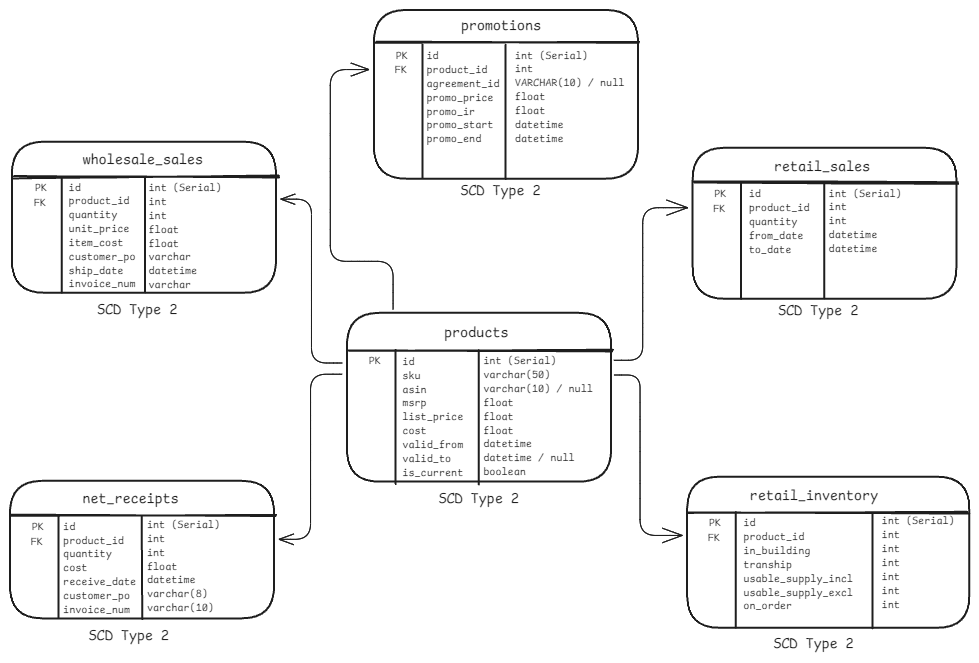
Before: docs/architecture/database_schema.excalidraw.png, a diagram exported from Excalidraw (b1wang/sheets-to-pipelines). Source tidied: one line per element, renumbered; positions are measured from the earlier drawing's top-left corner, leaving out a move shared by most shapes.
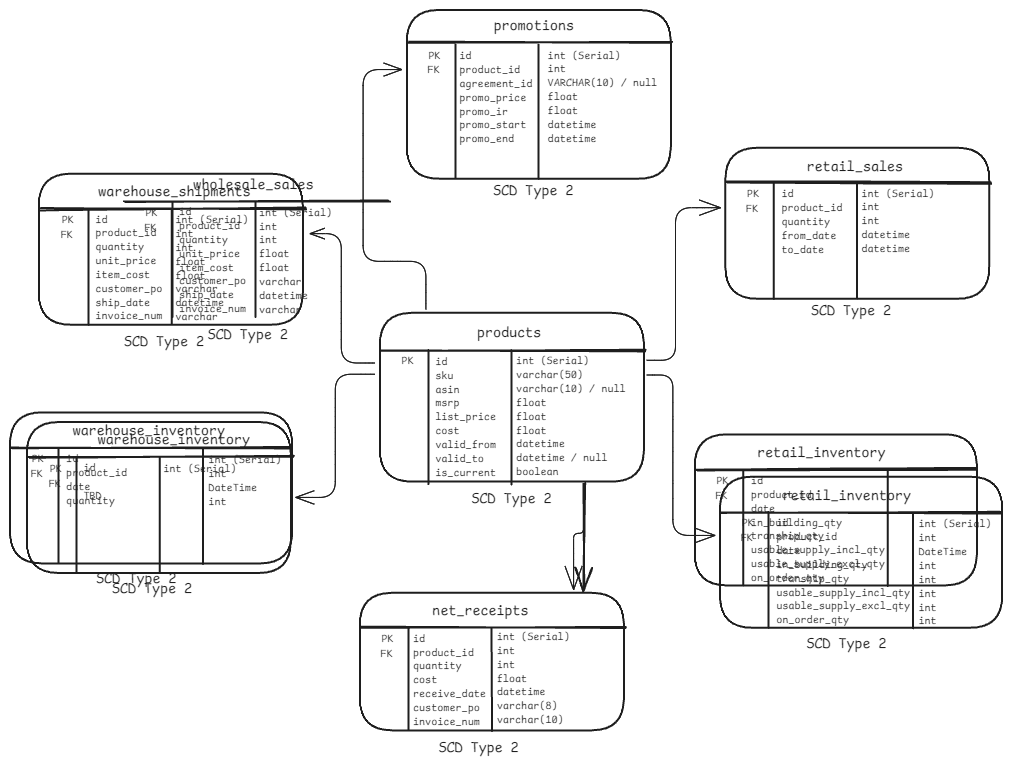
After the change.

What changed in the source:
```diff
@@ -6,15 +6,15 @@
 {"id": 5, "type": "line", "strokeColor": "#1e1e1e", "strokeWidth": 2, "roughness": 1, "round": true, "x": 338, "y": 340, "width": 264, "height": 0, "points": [[0, 0], [264, 0]]}
 {"id": 6, "type": "line", "strokeColor": "#1e1e1e", "strokeWidth": 2, "roughness": 0, "round": true, "x": 386, "y": 340, "width": 0, "height": 134, "points": [[0, 0], [0, 134]]}
 {"id": 7, "type": "line", "strokeColor": "#1e1e1e", "strokeWidth": 2, "roughness": 0, "round": true, "x": 469, "y": 340, "width": 0, "height": 134, "points": [[0, 0], [0, 134]]}
-{"id": 8, "type": "text", "text": "wholesale_sales", "strokeColor": "#1e1e1e", "strokeWidth": 2, "roughness": 1, "fontSize": 14.58, "fontFamily": 8, "x": 73, "y": 141, "width": 120, "height": 18}
+{"id": 8, "type": "text", "text": "warehouse_shipments", "strokeColor": "#1e1e1e", "strokeWidth": 2, "roughness": 1, "fontSize": 14.58, "fontFamily": 8, "x": 55, "y": 173, "width": 152, "height": 18}
-{"id": 9, "type": "text", "text": "id\nproduct_id\nquantity\nunit_price\nitem_cost\ncustomer_po\nship_date\ninvoice_num", "strokeColor": "#1e1e1e", "strokeWidth": 2, "roughness": 0, "fontSize": 11.07, "fontFamily": 8, "x": 59, "y": 171, "width": 67, "height": 111}
+{"id": 9, "type": "text", "text": "id\nproduct_id\nquantity\nunit_price\nitem_cost\ncustomer_po\nship_date\ninvoice_num", "strokeColor": "#1e1e1e", "strokeWidth": 2, "roughness": 0, "fontSize": 11.07, "fontFamily": 8, "x": 53, "y": 203, "width": 67, "height": 111}
-{"id": 10, "type": "text", "text": "int (Serial)\nint\nint\nfloat\nfloat\nvarchar\ndatetime\nvarchar", "strokeColor": "#1e1e1e", "strokeWidth": 2, "roughness": 0, "fontSize": 11.07, "fontFamily": 8, "x": 138, "y": 172, "width": 73, "height": 111}
+{"id": 10, "type": "text", "text": "int (Serial)\nint\nint\nfloat\nfloat\nvarchar\ndatetime\nvarchar", "strokeColor": "#1e1e1e", "strokeWidth": 2, "roughness": 0, "fontSize": 11.07, "fontFamily": 8, "x": 132, "y": 204, "width": 73, "height": 111}
-{"id": 11, "type": "text", "text": "PK", "strokeColor": "#1e1e1e", "strokeWidth": 2, "roughness": 0, "fontSize": 11.07, "fontFamily": 8, "x": 25, "y": 172, "width": 12, "height": 14}
+{"id": 11, "type": "text", "text": "PK", "strokeColor": "#1e1e1e", "strokeWidth": 2, "roughness": 0, "fontSize": 11.07, "fontFamily": 8, "x": 19, "y": 204, "width": 12, "height": 14}
-{"id": 12, "type": "rectangle", "strokeColor": "#1e1e1e", "strokeWidth": 2, "roughness": 0, "round": true, "x": 2, "y": 132, "width": 264, "height": 151}
+{"id": 12, "type": "rectangle", "strokeColor": "#1e1e1e", "strokeWidth": 2, "roughness": 0, "round": true, "x": -4, "y": 164, "width": 264, "height": 151}
-{"id": 13, "type": "line", "strokeColor": "#1e1e1e", "strokeWidth": 2, "roughness": 1, "round": true, "x": 4, "y": 167, "width": 264, "height": 0, "points": [[0, 0], [264, 0]]}
+{"id": 13, "type": "line", "strokeColor": "#1e1e1e", "strokeWidth": 2, "roughness": 1, "round": true, "x": -2, "y": 199, "width": 264, "height": 0, "points": [[0, 0], [264, 0]]}
-{"id": 14, "type": "line", "strokeColor": "#1e1e1e", "strokeWidth": 2, "roughness": 0, "round": true, "x": 52, "y": 167, "width": 0, "height": 116, "points": [[0, 0], [0, 116]]}
+{"id": 14, "type": "line", "strokeColor": "#1e1e1e", "strokeWidth": 2, "roughness": 0, "round": true, "x": 46, "y": 199, "width": 0, "height": 116, "points": [[0, 0], [0, 116]]}
-{"id": 15, "type": "line", "strokeColor": "#1e1e1e", "strokeWidth": 2, "roughness": 0, "round": true, "x": 135, "y": 167, "width": 0, "height": 115, "points": [[0, 0], [0, 115]]}
+{"id": 15, "type": "line", "strokeColor": "#1e1e1e", "strokeWidth": 2, "roughness": 0, "round": true, "x": 129, "y": 199, "width": 0, "height": 115, "points": [[0, 0], [0, 115]]}
-{"id": 16, "type": "text", "text": "FK", "strokeColor": "#1e1e1e", "strokeWidth": 2, "roughness": 0, "fontSize": 11.07, "fontFamily": 8, "x": 24, "y": 187, "width": 12, "height": 14}
+{"id": 16, "type": "text", "text": "FK", "strokeColor": "#1e1e1e", "strokeWidth": 2, "roughness": 0, "fontSize": 11.07, "fontFamily": 8, "x": 18, "y": 219, "width": 12, "height": 14}
 {"id": 17, "type": "text", "text": "retail_sales", "strokeColor": "#1e1e1e", "strokeWidth": 2, "roughness": 1, "fontSize": 14.58, "fontFamily": 8, "x": 764, "y": 148, "width": 96, "height": 18}
 {"id": 18, "type": "text", "text": "id\nproduct_id\nquantity\nfrom_date\nto_date", "strokeColor": "#1e1e1e", "strokeWidth": 2, "roughness": 0, "fontSize": 11.07, "fontFamily": 8, "x": 739, "y": 178, "width": 61, "height": 69}
 {"id": 19, "type": "text", "text": "int (Serial)\nint\nint\ndatetime\ndatetime", "strokeColor": "#1e1e1e", "strokeWidth": 2, "roughness": 0, "fontSize": 11.07, "fontFamily": 8, "x": 819, "y": 177, "width": 73, "height": 69}
@@ -24,28 +24,28 @@
 {"id": 23, "type": "line", "strokeColor": "#1e1e1e", "strokeWidth": 2, "roughness": 0, "round": true, "x": 731, "y": 173, "width": 0, "height": 116, "points": [[0, 0], [0, 116]]}
 {"id": 24, "type": "line", "strokeColor": "#1e1e1e", "strokeWidth": 2, "roughness": 0, "round": true, "x": 814, "y": 173, "width": 0, "height": 115, "points": [[0, 0], [0, 115]]}
 {"id": 25, "type": "text", "text": "FK", "strokeColor": "#1e1e1e", "strokeWidth": 2, "roughness": 0, "fontSize": 11.07, "fontFamily": 8, "x": 703, "y": 193, "width": 12, "height": 14}
-{"id": 26, "type": "arrow", "strokeColor": "#1e1e1e", "strokeWidth": 1, "roughness": 0, "endArrowhead": "arrow", "from": 4, "to": 42, "x": 332, "y": 364, "width": 63, "height": 165, "points": [[0, 0], [-32, 0], [-32, 165], [-63, 165]]}
+{"id": 26, "type": "arrow", "strokeColor": "#1e1e1e", "strokeWidth": 1, "roughness": 0, "endArrowhead": "arrow", "from": 4, "to": 42, "x": 332, "y": 364, "width": 79, "height": 123, "points": [[0, 0], [-40, 0], [-40, 123], [-79, 123]]}
 {"id": 27, "type": "arrow", "strokeColor": "#1e1e1e", "strokeWidth": 1, "roughness": 0, "endArrowhead": "arrow", "from": 2, "to": 21, "x": 604, "y": 350, "width": 74, "height": 153, "points": [[0, 0], [29, 0], [29, -153], [74, -153]]}
 {"id": 28, "type": "text", "text": "retail_inventory", "strokeColor": "#1e1e1e", "strokeWidth": 2, "roughness": 1, "fontSize": 14.58, "fontFamily": 8, "x": 740, "y": 477, "width": 128, "height": 18}
-{"id": 29, "type": "text", "text": "id\nproduct_id\nin_building\ntranship\nusable_supply_incl\nusable_supply_excl\non_order", "strokeColor": "#1e1e1e", "strokeWidth": 2, "roughness": 0, "fontSize": 11.07, "fontFamily": 8, "x": 733, "y": 507, "width": 110, "height": 97}
+{"id": 29, "type": "text", "text": "id\nproduct_id\ndate\nin_building_qty\ntranship_qty\nusable_supply_incl_qty\nusable_supply_excl_qty\non_order_qty", "strokeColor": "#1e1e1e", "strokeWidth": 2, "roughness": 0, "fontSize": 11.07, "fontFamily": 8, "x": 733, "y": 507, "width": 134, "height": 111}
-{"id": 30, "type": "text", "text": "int (Serial)\nint\nint\nint\nint\nint\nint\n\n", "strokeColor": "#1e1e1e", "strokeWidth": 2, "roughness": 0, "fontSize": 11.07, "fontFamily": 8, "x": 872, "y": 505, "width": 73, "height": 125}
+{"id": 30, "type": "text", "text": "int (Serial)\nint\nDateTime\nint\nint\nint\nint\nint\n\n", "strokeColor": "#1e1e1e", "strokeWidth": 2, "roughness": 0, "fontSize": 11.07, "fontFamily": 8, "x": 876, "y": 508, "width": 73, "height": 138}
 {"id": 31, "type": "text", "text": "PK", "strokeColor": "#1e1e1e", "strokeWidth": 2, "roughness": 0, "fontSize": 11.07, "fontFamily": 8, "x": 699, "y": 507, "width": 12, "height": 14}
 {"id": 32, "type": "rectangle", "strokeColor": "#1e1e1e", "strokeWidth": 2, "roughness": 0, "round": true, "x": 677, "y": 467, "width": 282, "height": 151}
 {"id": 33, "type": "line", "strokeColor": "#1e1e1e", "strokeWidth": 2, "roughness": 1, "round": true, "x": 678, "y": 502, "width": 280, "height": 0, "points": [[0, 0], [280, 0]]}
 {"id": 34, "type": "line", "strokeColor": "#1e1e1e", "strokeWidth": 2, "roughness": 0, "round": true, "x": 726, "y": 502, "width": 0, "height": 116, "points": [[0, 0], [0, 116]]}
-{"id": 35, "type": "line", "strokeColor": "#1e1e1e", "strokeWidth": 2, "roughness": 0, "round": true, "x": 862, "y": 503, "width": 0, "height": 115, "points": [[0, 0], [0, 115]]}
+{"id": 35, "type": "line", "strokeColor": "#1e1e1e", "strokeWidth": 2, "roughness": 0, "round": true, "x": 870, "y": 503, "width": 0, "height": 115, "points": [[0, 0], [0, 115]]}
 {"id": 36, "type": "text", "text": "FK", "strokeColor": "#1e1e1e", "strokeWidth": 2, "roughness": 0, "fontSize": 11.07, "fontFamily": 8, "x": 698, "y": 522, "width": 12, "height": 14}
 {"id": 37, "type": "arrow", "strokeColor": "#1e1e1e", "strokeWidth": 1, "roughness": 0, "endArrowhead": "arrow", "from": 2, "to": 32, "x": 604, "y": 365, "width": 68, "height": 160, "points": [[0, 0], [26, 0], [26, 160], [68, 160]]}
-{"id": 38, "type": "text", "text": "net_receipts", "strokeColor": "#1e1e1e", "strokeWidth": 2, "roughness": 1, "fontSize": 14.58, "fontFamily": 8, "x": 72, "y": 480, "width": 96, "height": 18}
+{"id": 38, "type": "text", "text": "net_receipts", "strokeColor": "#1e1e1e", "strokeWidth": 2, "roughness": 1, "fontSize": 14.58, "fontFamily": 8, "x": 389, "y": 592, "width": 96, "height": 18}
-{"id": 39, "type": "text", "text": "id\nproduct_id\nquantity\ncost\nreceive_date\ncustomer_po\ninvoice_num\n", "strokeColor": "#1e1e1e", "strokeWidth": 2, "roughness": 0, "fontSize": 11.07, "fontFamily": 8, "x": 53, "y": 510, "width": 73, "height": 111}
+{"id": 39, "type": "text", "text": "id\nproduct_id\nquantity\ncost\nreceive_date\ncustomer_po\ninvoice_num\n", "strokeColor": "#1e1e1e", "strokeWidth": 2, "roughness": 0, "fontSize": 11.07, "fontFamily": 8, "x": 370, "y": 622, "width": 73, "height": 111}
-{"id": 40, "type": "text", "text": "int (Serial)\nint\nint\nfloat\ndatetime\nvarchar(8)\nvarchar(10)\n", "strokeColor": "#1e1e1e", "strokeWidth": 2, "roughness": 0, "fontSize": 11.07, "fontFamily": 8, "x": 137, "y": 508, "width": 73, "height": 111}
+{"id": 40, "type": "text", "text": "int (Serial)\nint\nint\nfloat\ndatetime\nvarchar(8)\nvarchar(10)\n", "strokeColor": "#1e1e1e", "strokeWidth": 2, "roughness": 0, "fontSize": 11.07, "fontFamily": 8, "x": 454, "y": 620, "width": 73, "height": 111}
-{"id": 41, "type": "text", "text": "PK", "strokeColor": "#1e1e1e", "strokeWidth": 2, "roughness": 0, "fontSize": 11.07, "fontFamily": 8, "x": 22, "y": 511, "width": 12, "height": 14}
+{"id": 41, "type": "text", "text": "PK", "strokeColor": "#1e1e1e", "strokeWidth": 2, "roughness": 0, "fontSize": 11.07, "fontFamily": 8, "x": 339, "y": 623, "width": 12, "height": 14}
-{"id": 42, "type": "rectangle", "strokeColor": "#1e1e1e", "strokeWidth": 2, "roughness": 0, "round": true, "x": 0, "y": 471, "width": 264, "height": 137}
+{"id": 42, "type": "rectangle", "strokeColor": "#1e1e1e", "strokeWidth": 2, "roughness": 0, "round": true, "x": 317, "y": 583, "width": 264, "height": 137}
-{"id": 43, "type": "line", "strokeColor": "#1e1e1e", "strokeWidth": 2, "roughness": 1, "round": true, "x": 1, "y": 506, "width": 264, "height": 0, "points": [[0, 0], [264, 0]]}
+{"id": 43, "type": "line", "strokeColor": "#1e1e1e", "strokeWidth": 2, "roughness": 1, "round": true, "x": 318, "y": 618, "width": 264, "height": 0, "points": [[0, 0], [264, 0]]}
-{"id": 44, "type": "line", "strokeColor": "#1e1e1e", "strokeWidth": 2, "roughness": 0, "round": true, "x": 49, "y": 506, "width": 0, "height": 102, "points": [[0, 0], [0, 102]]}
+{"id": 44, "type": "line", "strokeColor": "#1e1e1e", "strokeWidth": 2, "roughness": 0, "round": true, "x": 366, "y": 618, "width": 0, "height": 102, "points": [[0, 0], [0, 102]]}
-{"id": 45, "type": "line", "strokeColor": "#1e1e1e", "strokeWidth": 2, "roughness": 0, "round": true, "x": 132, "y": 506, "width": 1, "height": 103, "points": [[0, 0], [1, 103]]}
+{"id": 45, "type": "line", "strokeColor": "#1e1e1e", "strokeWidth": 2, "roughness": 0, "round": true, "x": 449, "y": 618, "width": 1, "height": 103, "points": [[0, 0], [1, 103]]}
-{"id": 46, "type": "text", "text": "FK", "strokeColor": "#1e1e1e", "strokeWidth": 2, "roughness": 0, "fontSize": 11.07, "fontFamily": 8, "x": 21, "y": 526, "width": 12, "height": 14}
+{"id": 46, "type": "text", "text": "FK", "strokeColor": "#1e1e1e", "strokeWidth": 2, "roughness": 0, "fontSize": 11.07, "fontFamily": 8, "x": 338, "y": 638, "width": 12, "height": 14}
-{"id": 47, "type": "arrow", "strokeColor": "#1e1e1e", "strokeWidth": 1, "roughness": 0, "endArrowhead": "arrow", "from": 4, "to": 12, "x": 332, "y": 353, "width": 61, "height": 164, "points": [[0, 0], [-31, 0], [-31, -164], [-61, -164]]}
+{"id": 47, "type": "arrow", "strokeColor": "#1e1e1e", "strokeWidth": 1, "roughness": 0, "endArrowhead": "arrow", "from": 4, "to": 12, "x": 332, "y": 353, "width": 65, "height": 129, "points": [[0, 0], [-34, 0], [-34, -129], [-65, -129]]}
 {"id": 48, "type": "text", "text": "promotions", "strokeColor": "#1e1e1e", "strokeWidth": 2, "roughness": 1, "fontSize": 14.58, "fontFamily": 8, "x": 451, "y": 8, "width": 80, "height": 18}
 {"id": 49, "type": "text", "text": "id\nproduct_id\nagreement_id\npromo_price\npromo_ir\npromo_start\npromo_end\n", "strokeColor": "#1e1e1e", "strokeWidth": 2, "roughness": 0, "fontSize": 11.07, "fontFamily": 8, "x": 416, "y": 40, "width": 73, "height": 111}
 {"id": 50, "type": "text", "text": "int (Serial)\nint\nVARCHAR(10) / null\nfloat\nfloat\ndatetime\ndatetime\n", "strokeColor": "#1e1e1e", "strokeWidth": 2, "roughness": 0, "fontSize": 11.07, "fontFamily": 8, "x": 505, "y": 39, "width": 110, "height": 111}
@@ -56,9 +56,20 @@
 {"id": 55, "type": "line", "strokeColor": "#1e1e1e", "strokeWidth": 2, "roughness": 0, "round": true, "x": 496, "y": 35, "width": 0, "height": 134, "points": [[0, 0], [0, 134]]}
 {"id": 56, "type": "text", "text": "SCD Type 2", "strokeColor": "#1e1e1e", "strokeWidth": 2, "roughness": 1, "fontSize": 14.58, "fontFamily": 8, "x": 428, "y": 480, "width": 80, "height": 18}
 {"id": 57, "type": "text", "text": "SCD Type 2", "strokeColor": "#1e1e1e", "strokeWidth": 2, "roughness": 1, "fontSize": 14.58, "fontFamily": 8, "x": 450, "y": 172, "width": 80, "height": 18}
-{"id": 58, "type": "text", "text": "SCD Type 2", "strokeColor": "#1e1e1e", "strokeWidth": 2, "roughness": 1, "fontSize": 14.58, "fontFamily": 8, "x": 87, "y": 291, "width": 80, "height": 18}
+{"id": 58, "type": "text", "text": "SCD Type 2", "strokeColor": "#1e1e1e", "strokeWidth": 2, "roughness": 1, "fontSize": 14.58, "fontFamily": 8, "x": 81, "y": 323, "width": 80, "height": 18}
-{"id": 59, "type": "text", "text": "SCD Type 2", "strokeColor": "#1e1e1e", "strokeWidth": 2, "roughness": 1, "fontSize": 14.58, "fontFamily": 8, "x": 79, "y": 617, "width": 80, "height": 18}
+{"id": 59, "type": "text", "text": "SCD Type 2", "strokeColor": "#1e1e1e", "strokeWidth": 2, "roughness": 1, "fontSize": 14.58, "fontFamily": 8, "x": 396, "y": 729, "width": 80, "height": 18}
 {"id": 60, "type": "text", "text": "SCD Type 2", "strokeColor": "#1e1e1e", "strokeWidth": 2, "roughness": 1, "fontSize": 14.58, "fontFamily": 8, "x": 768, "y": 292, "width": 80, "height": 18}
 {"id": 61, "type": "text", "text": "SCD Type 2", "strokeColor": "#1e1e1e", "strokeWidth": 2, "roughness": 1, "fontSize": 14.58, "fontFamily": 8, "x": 763, "y": 625, "width": 80, "height": 18}
 {"id": 62, "type": "text", "text": "FK", "strokeColor": "#1e1e1e", "strokeWidth": 2, "roughness": 0, "fontSize": 11.07, "fontFamily": 8, "x": 385, "y": 53, "width": 12, "height": 14}
 {"id": 63, "type": "arrow", "strokeColor": "#1e1e1e", "strokeWidth": 1, "roughness": 0, "endArrowhead": "arrow", "from": 4, "to": 52, "x": 383, "y": 299, "width": 63, "height": 240, "points": [[0, 0], [0, -48], [-63, -48], [-63, -240], [-24, -240]]}
+{"id": 64, "type": "arrow", "strokeColor": "#1e1e1e", "strokeWidth": 1, "roughness": 0, "endArrowhead": "arrow", "from": 2, "x": 541, "y": 474, "width": 10, "height": 105, "points": [[0, 0], [0, 49], [-10, 49], [-10, 105]]}
+{"id": 65, "type": "text", "text": "warehouse_inventory", "strokeColor": "#1e1e1e", "strokeWidth": 2, "roughness": 1, "fontSize": 14.58, "fontFamily": 8, "x": 30, "y": 413, "width": 152, "height": 18}
+{"id": 66, "type": "text", "text": "id\nproduct_id\ndate\nquantity\n", "strokeColor": "#1e1e1e", "strokeWidth": 2, "roughness": 0, "fontSize": 11.07, "fontFamily": 8, "x": 23, "y": 442, "width": 61, "height": 69}
+{"id": 67, "type": "text", "text": "int (Serial)\nint\nDateTime\nint\n\n\n", "strokeColor": "#1e1e1e", "strokeWidth": 2, "roughness": 0, "fontSize": 11.07, "fontFamily": 8, "x": 165, "y": 443, "width": 73, "height": 97}
+{"id": 68, "type": "text", "text": "PK", "strokeColor": "#1e1e1e", "strokeWidth": 2, "roughness": 0, "fontSize": 11.07, "fontFamily": 8, "x": -11, "y": 442, "width": 12, "height": 14}
+{"id": 69, "type": "rectangle", "strokeColor": "#1e1e1e", "strokeWidth": 2, "roughness": 0, "round": true, "x": -33, "y": 402, "width": 282, "height": 151}
+{"id": 70, "type": "line", "strokeColor": "#1e1e1e", "strokeWidth": 2, "roughness": 1, "round": true, "x": -32, "y": 437, "width": 280, "height": 0, "points": [[0, 0], [280, 0]]}
+{"id": 71, "type": "line", "strokeColor": "#1e1e1e", "strokeWidth": 2, "roughness": 0, "round": true, "x": 16, "y": 438, "width": 0, "height": 116, "points": [[0, 0], [0, 116]]}
+{"id": 72, "type": "line", "strokeColor": "#1e1e1e", "strokeWidth": 2, "roughness": 0, "round": true, "x": 160, "y": 439, "width": 0, "height": 115, "points": [[0, 0], [0, 115]]}
+{"id": 73, "type": "text", "text": "FK", "strokeColor": "#1e1e1e", "strokeWidth": 2, "roughness": 0, "fontSize": 11.07, "fontFamily": 8, "x": -12, "y": 457, "width": 12, "height": 14}
+{"id": 74, "type": "text", "text": "SCD Type 2", "strokeColor": "#1e1e1e", "strokeWidth": 2, "roughness": 1, "fontSize": 14.58, "fontFamily": 8, "x": 53, "y": 561, "width": 80, "height": 18}
```
